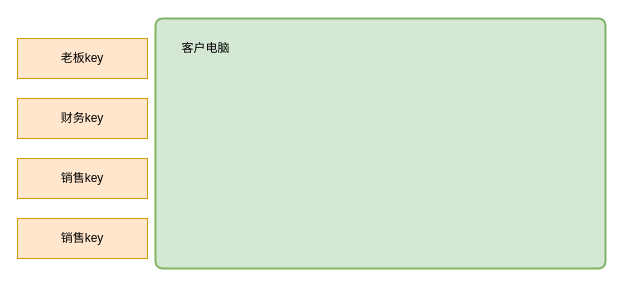
quanqiang-li/draw keeps this draw.io diagram as 信商达账户模块.drawio. Above is the earlier version. Source tidied: cells renumbered, new cells numbered last; positions are measured from the earlier drawing's top-left corner, leaving out a move shared by most shapes. Both pictures are drawn from the tidied source at 100%, with x=0, y=0 at pixel (17, 18).
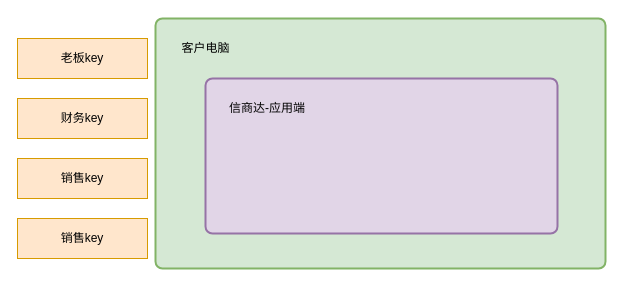
After the change.

Commit message (it also covers changes not shown here):
更新信商达账户模块.drawio

Change to the diagram source:
```diff
@@
 <mxGraphModel>
   <root>
     <mxCell id="0" />
     <mxCell id="1" parent="0" />
     <mxCell id="2" style="rounded=1;whiteSpace=wrap;html=1;absoluteArcSize=1;arcSize=14;strokeWidth=2;labelBackgroundColor=#FF3399;fillColor=#d5e8d4;strokeColor=#82b366;" parent="1" vertex="1">
       <mxGeometry x="138" width="450" height="250" as="geometry" />
     </mxCell>
     <mxCell id="3" value="客户电脑" style="text;html=1;align=center;verticalAlign=middle;fillColor=none;strokeColor=none;rounded=0;" parent="1" vertex="1">
       <mxGeometry x="158" y="20" width="60" height="20" as="geometry" />
     </mxCell>
     <mxCell id="4" value="老板key" style="rounded=0;whiteSpace=wrap;html=1;labelBackgroundColor=none;fillColor=#ffe6cc;strokeColor=#d79b00;" parent="1" vertex="1">
       <mxGeometry y="20" width="130" height="40" as="geometry" />
     </mxCell>
     <mxCell id="5" value="财务key" style="rounded=0;whiteSpace=wrap;html=1;labelBackgroundColor=none;fillColor=#ffe6cc;strokeColor=#d79b00;" parent="1" vertex="1">
       <mxGeometry y="80" width="130" height="40" as="geometry" />
     </mxCell>
     <mxCell id="6" value="销售key" style="rounded=0;whiteSpace=wrap;html=1;labelBackgroundColor=none;fillColor=#ffe6cc;strokeColor=#d79b00;" parent="1" vertex="1">
       <mxGeometry y="140" width="130" height="40" as="geometry" />
     </mxCell>
     <mxCell id="7" value="销售key" style="rounded=0;whiteSpace=wrap;html=1;labelBackgroundColor=none;fillColor=#ffe6cc;strokeColor=#d79b00;" parent="1" vertex="1">
       <mxGeometry y="200" width="130" height="40" as="geometry" />
     </mxCell>
+    <mxCell id="8" style="rounded=1;whiteSpace=wrap;html=1;absoluteArcSize=1;arcSize=14;strokeWidth=2;labelBackgroundColor=none;fillColor=#e1d5e7;strokeColor=#9673a6;" parent="1" vertex="1">
+      <mxGeometry x="188" y="60" width="352" height="155" as="geometry" />
+    </mxCell>
+    <mxCell id="9" value="信商达-应用端" style="text;html=1;strokeColor=none;fillColor=none;align=center;verticalAlign=middle;whiteSpace=wrap;rounded=0;labelBackgroundColor=none;" parent="1" vertex="1">
+      <mxGeometry x="210" y="80" width="80" height="20" as="geometry" />
+    </mxCell>
   </root>
 </mxGraphModel>
```
